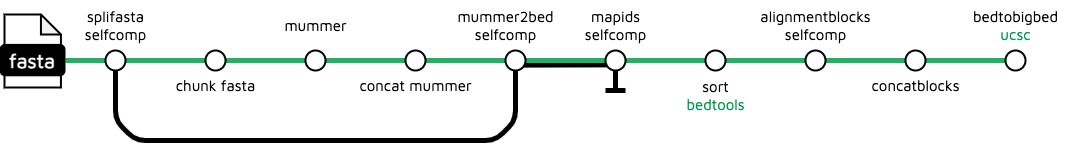
Above: docs/images/v1-1-0/treeval_1_1_0_self_comp.png in sanger-tol/treeval (draw.io), before the change. Source tidied: cells renumbered, new cells last; positions are measured from the earlier drawing's top-left corner, leaving out a move shared by most shapes. The source it was exported from:
```xml
<mxGraphModel>
  <root>
    <mxCell id="0" />
    <mxCell id="1" parent="0" />
    <mxCell id="2" style="endArrow=none;html=1;rounded=1;strokeWidth=5;exitX=0.5;exitY=1;exitDx=0;exitDy=0;labelBackgroundColor=none;" parent="1" edge="1">
      <mxGeometry relative="1" as="geometry">
        <mxPoint x="615" y="60" as="sourcePoint" />
        <mxPoint x="615" y="90" as="targetPoint" />
      </mxGeometry>
    </mxCell>
    <mxCell id="3" style="endArrow=none;html=1;rounded=1;strokeWidth=5;labelBackgroundColor=none;" parent="1" edge="1">
      <mxGeometry relative="1" as="geometry">
        <mxPoint x="625" y="90" as="sourcePoint" />
        <mxPoint x="605" y="90" as="targetPoint" />
        <Array as="points">
          <mxPoint x="615" y="90" />
        </Array>
      </mxGeometry>
    </mxCell>
    <mxCell id="4" style="endArrow=none;html=1;rounded=1;strokeWidth=5;exitX=0.083;exitY=0.733;exitDx=0;exitDy=0;exitPerimeter=0;entryX=0.933;entryY=0.717;entryDx=0;entryDy=0;entryPerimeter=0;labelBackgroundColor=none;" parent="1" edge="1" source="12" target="9">
      <mxGeometry relative="1" as="geometry" />
    </mxCell>
    <mxCell id="5" style="endArrow=none;html=1;rounded=1;strokeWidth=5;strokeColor=#24B064;entryX=0;entryY=0.5;entryDx=0;entryDy=0;labelBackgroundColor=none;" parent="1" edge="1" target="15">
      <mxGeometry relative="1" as="geometry">
        <mxPoint x="65" y="60" as="sourcePoint" />
      </mxGeometry>
    </mxCell>
    <mxCell id="6" style="ellipse;whiteSpace=wrap;html=1;rounded=1;rotation=0;strokeWidth=2;labelBackgroundColor=none;" parent="1" vertex="1">
      <mxGeometry x="105" y="50" width="20" height="20" as="geometry" />
    </mxCell>
    <mxCell id="7" style="ellipse;whiteSpace=wrap;html=1;rounded=1;rotation=0;strokeWidth=2;labelBackgroundColor=none;" parent="1" vertex="1">
      <mxGeometry x="205" y="50" width="20" height="20" as="geometry" />
    </mxCell>
    <mxCell id="8" style="ellipse;whiteSpace=wrap;html=1;rounded=1;rotation=0;strokeWidth=2;labelBackgroundColor=none;" parent="1" vertex="1">
      <mxGeometry x="305" y="50" width="20" height="20" as="geometry" />
    </mxCell>
    <mxCell id="9" style="ellipse;whiteSpace=wrap;html=1;rounded=1;rotation=0;strokeWidth=2;labelBackgroundColor=none;" parent="1" vertex="1">
      <mxGeometry x="605" y="50" width="20" height="20" as="geometry" />
    </mxCell>
    <mxCell id="10" style="ellipse;whiteSpace=wrap;html=1;rounded=1;rotation=0;strokeWidth=2;labelBackgroundColor=none;" parent="1" vertex="1">
      <mxGeometry x="705" y="50" width="20" height="20" as="geometry" />
    </mxCell>
    <mxCell id="11" style="ellipse;whiteSpace=wrap;html=1;rounded=1;rotation=0;strokeWidth=2;labelBackgroundColor=none;" parent="1" vertex="1">
      <mxGeometry x="805" y="50" width="20" height="20" as="geometry" />
    </mxCell>
    <mxCell id="12" style="ellipse;whiteSpace=wrap;html=1;rounded=1;rotation=0;strokeWidth=2;labelBackgroundColor=none;" parent="1" vertex="1">
      <mxGeometry x="505" y="50" width="20" height="20" as="geometry" />
    </mxCell>
    <mxCell id="13" style="ellipse;whiteSpace=wrap;html=1;rounded=1;rotation=0;strokeWidth=2;labelBackgroundColor=none;" parent="1" vertex="1">
      <mxGeometry x="905" y="50" width="20" height="20" as="geometry" />
    </mxCell>
    <mxCell id="14" style="ellipse;whiteSpace=wrap;html=1;rounded=1;rotation=0;strokeWidth=2;labelBackgroundColor=none;" parent="1" vertex="1">
      <mxGeometry x="405" y="50" width="20" height="20" as="geometry" />
    </mxCell>
    <mxCell id="15" style="ellipse;whiteSpace=wrap;html=1;rounded=1;rotation=0;strokeWidth=2;labelBackgroundColor=none;" parent="1" vertex="1">
      <mxGeometry x="1005" y="50" width="20" height="20" as="geometry" />
    </mxCell>
    <mxCell id="16" value="&lt;font face=&quot;Maven Pro&quot; style=&quot;font-size: 15px;&quot;&gt;splifasta&lt;br&gt;selfcomp&lt;br&gt;&lt;/font&gt;" style="text;html=1;align=center;verticalAlign=middle;strokeColor=none;fillColor=none;labelBackgroundColor=none;" parent="1" vertex="1">
      <mxGeometry x="75" width="80" height="50" as="geometry" />
    </mxCell>
    <mxCell id="17" value="&lt;font face=&quot;Maven Pro&quot; style=&quot;font-size: 15px;&quot;&gt;chunk fasta&lt;br&gt;&lt;/font&gt;" style="text;html=1;align=center;verticalAlign=middle;strokeColor=none;fillColor=none;labelBackgroundColor=none;" parent="1" vertex="1">
      <mxGeometry x="165" y="70" width="100" height="30" as="geometry" />
    </mxCell>
    <mxCell id="18" value="&lt;font face=&quot;Maven Pro&quot; style=&quot;font-size: 15px;&quot;&gt;mummer&lt;br&gt;&lt;/font&gt;" style="text;html=1;align=center;verticalAlign=middle;strokeColor=none;fillColor=none;labelBackgroundColor=none;" parent="1" vertex="1">
      <mxGeometry x="270" y="10" width="90" height="30" as="geometry" />
    </mxCell>
    <mxCell id="19" value="&lt;font face=&quot;Maven Pro&quot; style=&quot;font-size: 15px;&quot;&gt;concat mummer&lt;br&gt;&lt;/font&gt;" style="text;html=1;align=center;verticalAlign=middle;strokeColor=none;fillColor=none;labelBackgroundColor=none;" parent="1" vertex="1">
      <mxGeometry x="345" y="70" width="140" height="30" as="geometry" />
    </mxCell>
    <mxCell id="20" value="&lt;font face=&quot;Maven Pro&quot; style=&quot;font-size: 15px;&quot;&gt;mummer2bed&lt;br&gt;selfcomp&lt;br&gt;&lt;/font&gt;" style="text;html=1;align=center;verticalAlign=middle;strokeColor=none;fillColor=none;labelBackgroundColor=none;" parent="1" vertex="1">
      <mxGeometry x="445" width="120" height="50" as="geometry" />
    </mxCell>
    <mxCell id="21" value="&lt;font face=&quot;Maven Pro&quot; style=&quot;font-size: 15px;&quot;&gt;mapids&lt;br&gt;selfcomp&lt;br&gt;&lt;/font&gt;" style="text;html=1;align=center;verticalAlign=middle;strokeColor=none;fillColor=none;labelBackgroundColor=none;" parent="1" vertex="1">
      <mxGeometry x="575" width="80" height="50" as="geometry" />
    </mxCell>
    <mxCell id="22" value="&lt;font face=&quot;Maven Pro&quot; style=&quot;font-size: 15px;&quot;&gt;sort&lt;br&gt;&lt;font color=&quot;#00994d&quot;&gt;bedtools&lt;/font&gt;&lt;br&gt;&lt;/font&gt;" style="text;html=1;align=center;verticalAlign=middle;strokeColor=none;fillColor=none;labelBackgroundColor=none;" parent="1" vertex="1">
      <mxGeometry x="677" y="71" width="76" height="48" as="geometry" />
    </mxCell>
    <mxCell id="23" value="&lt;font face=&quot;Maven Pro&quot; style=&quot;font-size: 15px;&quot;&gt;alignmentblocks&lt;br&gt;selfcomp&lt;br&gt;&lt;/font&gt;" style="text;html=1;align=center;verticalAlign=middle;strokeColor=none;fillColor=none;labelBackgroundColor=none;" parent="1" vertex="1">
      <mxGeometry x="750" width="130" height="50" as="geometry" />
    </mxCell>
    <mxCell id="24" value="&lt;font face=&quot;Maven Pro&quot; style=&quot;font-size: 15px;&quot;&gt;concatblocks&lt;br&gt;&lt;/font&gt;" style="text;html=1;align=center;verticalAlign=middle;strokeColor=none;fillColor=none;labelBackgroundColor=none;" parent="1" vertex="1">
      <mxGeometry x="860" y="70" width="110" height="30" as="geometry" />
    </mxCell>
    <mxCell id="25" style="endArrow=none;html=1;rounded=1;strokeWidth=5;entryX=0.5;entryY=1;entryDx=0;entryDy=0;labelBackgroundColor=none;" parent="1" edge="1" target="6">
      <mxGeometry relative="1" as="geometry">
        <mxPoint x="415" y="140" as="sourcePoint" />
        <Array as="points">
          <mxPoint x="135" y="140" />
          <mxPoint x="115" y="120" />
        </Array>
      </mxGeometry>
    </mxCell>
    <mxCell id="26" style="endArrow=none;html=1;rounded=1;strokeWidth=5;entryX=0.5;entryY=1;entryDx=0;entryDy=0;labelBackgroundColor=none;" parent="1" edge="1" target="12">
      <mxGeometry relative="1" as="geometry">
        <mxPoint x="405" y="140" as="sourcePoint" />
        <Array as="points">
          <mxPoint x="495" y="140" />
          <mxPoint x="515" y="120" />
        </Array>
      </mxGeometry>
    </mxCell>
    <mxCell id="27" value="&lt;font face=&quot;Maven Pro&quot; style=&quot;font-size: 15px;&quot;&gt;bedtobigbed&lt;br&gt;&lt;font color=&quot;#00994d&quot;&gt;ucsc&lt;/font&gt;&lt;br&gt;&lt;/font&gt;" style="text;html=1;align=center;verticalAlign=middle;strokeColor=none;fillColor=none;labelBackgroundColor=none;" parent="1" vertex="1">
      <mxGeometry x="960" width="110" height="50" as="geometry" />
    </mxCell>
    <mxCell id="28" style="shape=note;whiteSpace=wrap;html=1;backgroundOutline=1;darkOpacity=0.05;rounded=1;size=20;strokeWidth=2;labelBackgroundColor=none;" parent="1" vertex="1">
      <mxGeometry x="4" y="14" width="56.4" height="73" as="geometry" />
    </mxCell>
    <mxCell id="29" value="&lt;font face=&quot;Maven Pro&quot; color=&quot;#ffffff&quot;&gt;&lt;b&gt;&lt;font style=&quot;font-size: 20px;&quot;&gt;fasta&lt;/font&gt;&lt;/b&gt;&lt;/font&gt;" style="rounded=1;whiteSpace=wrap;html=1;strokeWidth=2;fillColor=#000000;labelBackgroundColor=none;" parent="1" vertex="1">
      <mxGeometry y="44.4" width="64" height="30.4" as="geometry" />
    </mxCell>
  </root>
</mxGraphModel>
```
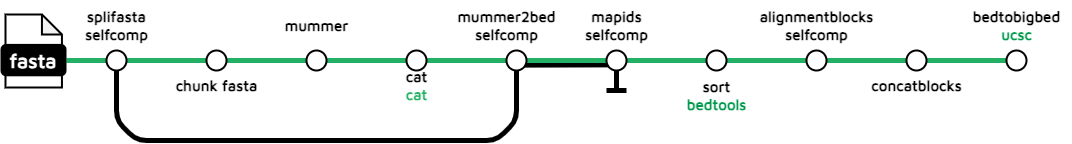
The same file after the commit.

What changed in the source:
```diff
@@ -2,13 +2,13 @@
   <root>
     <mxCell id="0" />
     <mxCell id="1" parent="0" />
-    <mxCell id="2" style="endArrow=none;html=1;rounded=1;strokeWidth=5;exitX=0.5;exitY=1;exitDx=0;exitDy=0;labelBackgroundColor=none;" parent="1" edge="1">
+    <mxCell id="2" style="endArrow=none;html=1;rounded=1;strokeWidth=5;exitX=0.5;exitY=1;exitDx=0;exitDy=0;labelBackgroundColor=none;fontStyle=1;" parent="1" edge="1">
       <mxGeometry relative="1" as="geometry">
         <mxPoint x="615" y="60" as="sourcePoint" />
         <mxPoint x="615" y="90" as="targetPoint" />
       </mxGeometry>
     </mxCell>
-    <mxCell id="3" style="endArrow=none;html=1;rounded=1;strokeWidth=5;labelBackgroundColor=none;" parent="1" edge="1">
+    <mxCell id="3" style="endArrow=none;html=1;rounded=1;strokeWidth=5;labelBackgroundColor=none;fontStyle=1;" parent="1" edge="1">
       <mxGeometry relative="1" as="geometry">
         <mxPoint x="625" y="90" as="sourcePoint" />
         <mxPoint x="605" y="90" as="targetPoint" />
@@ -17,69 +17,69 @@
         </Array>
       </mxGeometry>
     </mxCell>
-    <mxCell id="4" style="endArrow=none;html=1;rounded=1;strokeWidth=5;exitX=0.083;exitY=0.733;exitDx=0;exitDy=0;exitPerimeter=0;entryX=0.933;entryY=0.717;entryDx=0;entryDy=0;entryPerimeter=0;labelBackgroundColor=none;" parent="1" edge="1" source="12" target="9">
+    <mxCell id="4" style="endArrow=none;html=1;rounded=1;strokeWidth=5;exitX=0.083;exitY=0.733;exitDx=0;exitDy=0;exitPerimeter=0;entryX=0.933;entryY=0.717;entryDx=0;entryDy=0;entryPerimeter=0;labelBackgroundColor=none;fontStyle=1;" parent="1" edge="1" source="12" target="9">
       <mxGeometry relative="1" as="geometry" />
     </mxCell>
-    <mxCell id="5" style="endArrow=none;html=1;rounded=1;strokeWidth=5;strokeColor=#24B064;entryX=0;entryY=0.5;entryDx=0;entryDy=0;labelBackgroundColor=none;" parent="1" edge="1" target="15">
+    <mxCell id="5" style="endArrow=none;html=1;rounded=1;strokeWidth=5;strokeColor=#24B064;entryX=0;entryY=0.5;entryDx=0;entryDy=0;labelBackgroundColor=none;fontStyle=1;" parent="1" edge="1" target="15">
       <mxGeometry relative="1" as="geometry">
         <mxPoint x="65" y="60" as="sourcePoint" />
       </mxGeometry>
     </mxCell>
-    <mxCell id="6" style="ellipse;whiteSpace=wrap;html=1;rounded=1;rotation=0;strokeWidth=2;labelBackgroundColor=none;" parent="1" vertex="1">
+    <mxCell id="6" style="ellipse;whiteSpace=wrap;html=1;rounded=1;rotation=0;strokeWidth=2;labelBackgroundColor=none;fontStyle=1;" parent="1" vertex="1">
       <mxGeometry x="105" y="50" width="20" height="20" as="geometry" />
     </mxCell>
-    <mxCell id="7" style="ellipse;whiteSpace=wrap;html=1;rounded=1;rotation=0;strokeWidth=2;labelBackgroundColor=none;" parent="1" vertex="1">
+    <mxCell id="7" style="ellipse;whiteSpace=wrap;html=1;rounded=1;rotation=0;strokeWidth=2;labelBackgroundColor=none;fontStyle=1;" parent="1" vertex="1">
       <mxGeometry x="205" y="50" width="20" height="20" as="geometry" />
     </mxCell>
-    <mxCell id="8" style="ellipse;whiteSpace=wrap;html=1;rounded=1;rotation=0;strokeWidth=2;labelBackgroundColor=none;" parent="1" vertex="1">
+    <mxCell id="8" style="ellipse;whiteSpace=wrap;html=1;rounded=1;rotation=0;strokeWidth=2;labelBackgroundColor=none;fontStyle=1;" parent="1" vertex="1">
       <mxGeometry x="305" y="50" width="20" height="20" as="geometry" />
     </mxCell>
-    <mxCell id="9" style="ellipse;whiteSpace=wrap;html=1;rounded=1;rotation=0;strokeWidth=2;labelBackgroundColor=none;" parent="1" vertex="1">
+    <mxCell id="9" style="ellipse;whiteSpace=wrap;html=1;rounded=1;rotation=0;strokeWidth=2;labelBackgroundColor=none;fontStyle=1;" parent="1" vertex="1">
       <mxGeometry x="605" y="50" width="20" height="20" as="geometry" />
     </mxCell>
-    <mxCell id="10" style="ellipse;whiteSpace=wrap;html=1;rounded=1;rotation=0;strokeWidth=2;labelBackgroundColor=none;" parent="1" vertex="1">
+    <mxCell id="10" style="ellipse;whiteSpace=wrap;html=1;rounded=1;rotation=0;strokeWidth=2;labelBackgroundColor=none;fontStyle=1;" parent="1" vertex="1">
       <mxGeometry x="705" y="50" width="20" height="20" as="geometry" />
     </mxCell>
-    <mxCell id="11" style="ellipse;whiteSpace=wrap;html=1;rounded=1;rotation=0;strokeWidth=2;labelBackgroundColor=none;" parent="1" vertex="1">
+    <mxCell id="11" style="ellipse;whiteSpace=wrap;html=1;rounded=1;rotation=0;strokeWidth=2;labelBackgroundColor=none;fontStyle=1;" parent="1" vertex="1">
       <mxGeometry x="805" y="50" width="20" height="20" as="geometry" />
     </mxCell>
-    <mxCell id="12" style="ellipse;whiteSpace=wrap;html=1;rounded=1;rotation=0;strokeWidth=2;labelBackgroundColor=none;" parent="1" vertex="1">
+    <mxCell id="12" style="ellipse;whiteSpace=wrap;html=1;rounded=1;rotation=0;strokeWidth=2;labelBackgroundColor=none;fontStyle=1;" parent="1" vertex="1">
       <mxGeometry x="505" y="50" width="20" height="20" as="geometry" />
     </mxCell>
-    <mxCell id="13" style="ellipse;whiteSpace=wrap;html=1;rounded=1;rotation=0;strokeWidth=2;labelBackgroundColor=none;" parent="1" vertex="1">
+    <mxCell id="13" style="ellipse;whiteSpace=wrap;html=1;rounded=1;rotation=0;strokeWidth=2;labelBackgroundColor=none;fontStyle=1;" parent="1" vertex="1">
       <mxGeometry x="905" y="50" width="20" height="20" as="geometry" />
     </mxCell>
-    <mxCell id="14" style="ellipse;whiteSpace=wrap;html=1;rounded=1;rotation=0;strokeWidth=2;labelBackgroundColor=none;" parent="1" vertex="1">
+    <mxCell id="14" style="ellipse;whiteSpace=wrap;html=1;rounded=1;rotation=0;strokeWidth=2;labelBackgroundColor=none;fontStyle=1;" parent="1" vertex="1">
       <mxGeometry x="405" y="50" width="20" height="20" as="geometry" />
     </mxCell>
-    <mxCell id="15" style="ellipse;whiteSpace=wrap;html=1;rounded=1;rotation=0;strokeWidth=2;labelBackgroundColor=none;" parent="1" vertex="1">
+    <mxCell id="15" style="ellipse;whiteSpace=wrap;html=1;rounded=1;rotation=0;strokeWidth=2;labelBackgroundColor=none;fontStyle=1;" parent="1" vertex="1">
       <mxGeometry x="1005" y="50" width="20" height="20" as="geometry" />
     </mxCell>
-    <mxCell id="16" value="&lt;font face=&quot;Maven Pro&quot; style=&quot;font-size: 15px;&quot;&gt;splifasta&lt;br&gt;selfcomp&lt;br&gt;&lt;/font&gt;" style="text;html=1;align=center;verticalAlign=middle;strokeColor=none;fillColor=none;labelBackgroundColor=none;" parent="1" vertex="1">
+    <mxCell id="16" value="&lt;font style=&quot;font-size: 15px;&quot; face=&quot;Maven Pro&quot;&gt;splifasta&lt;br&gt;selfcomp&lt;br&gt;&lt;/font&gt;" style="text;html=1;align=center;verticalAlign=middle;strokeColor=none;fillColor=none;labelBackgroundColor=none;fontStyle=1;" parent="1" vertex="1">
       <mxGeometry x="75" width="80" height="50" as="geometry" />
     </mxCell>
-    <mxCell id="17" value="&lt;font face=&quot;Maven Pro&quot; style=&quot;font-size: 15px;&quot;&gt;chunk fasta&lt;br&gt;&lt;/font&gt;" style="text;html=1;align=center;verticalAlign=middle;strokeColor=none;fillColor=none;labelBackgroundColor=none;" parent="1" vertex="1">
+    <mxCell id="17" value="&lt;font style=&quot;font-size: 15px;&quot; face=&quot;Maven Pro&quot;&gt;chunk fasta&lt;br&gt;&lt;/font&gt;" style="text;html=1;align=center;verticalAlign=middle;strokeColor=none;fillColor=none;labelBackgroundColor=none;fontStyle=1;" parent="1" vertex="1">
       <mxGeometry x="165" y="70" width="100" height="30" as="geometry" />
     </mxCell>
-    <mxCell id="18" value="&lt;font face=&quot;Maven Pro&quot; style=&quot;font-size: 15px;&quot;&gt;mummer&lt;br&gt;&lt;/font&gt;" style="text;html=1;align=center;verticalAlign=middle;strokeColor=none;fillColor=none;labelBackgroundColor=none;" parent="1" vertex="1">
+    <mxCell id="18" value="&lt;font style=&quot;font-size: 15px;&quot; face=&quot;Maven Pro&quot;&gt;mummer&lt;br&gt;&lt;/font&gt;" style="text;html=1;align=center;verticalAlign=middle;strokeColor=none;fillColor=none;labelBackgroundColor=none;fontStyle=1;" parent="1" vertex="1">
       <mxGeometry x="270" y="10" width="90" height="30" as="geometry" />
     </mxCell>
-    <mxCell id="19" value="&lt;font face=&quot;Maven Pro&quot; style=&quot;font-size: 15px;&quot;&gt;concat mummer&lt;br&gt;&lt;/font&gt;" style="text;html=1;align=center;verticalAlign=middle;strokeColor=none;fillColor=none;labelBackgroundColor=none;" parent="1" vertex="1">
-      <mxGeometry x="345" y="70" width="140" height="30" as="geometry" />
+    <mxCell id="19" value="&lt;font style=&quot;font-size: 15px;&quot; face=&quot;Maven Pro&quot;&gt;cat&lt;br&gt;&lt;/font&gt;&lt;div&gt;&lt;font style=&quot;font-size: 15px;&quot; face=&quot;Maven Pro&quot; color=&quot;#25b064&quot;&gt;cat&lt;/font&gt;&lt;/div&gt;" style="text;html=1;align=center;verticalAlign=middle;strokeColor=none;fillColor=none;labelBackgroundColor=none;fontStyle=1;" parent="1" vertex="1">
+      <mxGeometry x="395" y="60" width="40" height="50" as="geometry" />
     </mxCell>
-    <mxCell id="20" value="&lt;font face=&quot;Maven Pro&quot; style=&quot;font-size: 15px;&quot;&gt;mummer2bed&lt;br&gt;selfcomp&lt;br&gt;&lt;/font&gt;" style="text;html=1;align=center;verticalAlign=middle;strokeColor=none;fillColor=none;labelBackgroundColor=none;" parent="1" vertex="1">
+    <mxCell id="20" value="&lt;font style=&quot;font-size: 15px;&quot; face=&quot;Maven Pro&quot;&gt;mummer2bed&lt;br&gt;selfcomp&lt;br&gt;&lt;/font&gt;" style="text;html=1;align=center;verticalAlign=middle;strokeColor=none;fillColor=none;labelBackgroundColor=none;fontStyle=1;" parent="1" vertex="1">
       <mxGeometry x="445" width="120" height="50" as="geometry" />
     </mxCell>
-    <mxCell id="21" value="&lt;font face=&quot;Maven Pro&quot; style=&quot;font-size: 15px;&quot;&gt;mapids&lt;br&gt;selfcomp&lt;br&gt;&lt;/font&gt;" style="text;html=1;align=center;verticalAlign=middle;strokeColor=none;fillColor=none;labelBackgroundColor=none;" parent="1" vertex="1">
+    <mxCell id="21" value="&lt;font style=&quot;font-size: 15px;&quot; face=&quot;Maven Pro&quot;&gt;mapids&lt;br&gt;selfcomp&lt;br&gt;&lt;/font&gt;" style="text;html=1;align=center;verticalAlign=middle;strokeColor=none;fillColor=none;labelBackgroundColor=none;fontStyle=1;" parent="1" vertex="1">
       <mxGeometry x="575" width="80" height="50" as="geometry" />
     </mxCell>
-    <mxCell id="22" value="&lt;font face=&quot;Maven Pro&quot; style=&quot;font-size: 15px;&quot;&gt;sort&lt;br&gt;&lt;font color=&quot;#00994d&quot;&gt;bedtools&lt;/font&gt;&lt;br&gt;&lt;/font&gt;" style="text;html=1;align=center;verticalAlign=middle;strokeColor=none;fillColor=none;labelBackgroundColor=none;" parent="1" vertex="1">
-      <mxGeometry x="677" y="71" width="76" height="48" as="geometry" />
+    <mxCell id="22" value="&lt;font style=&quot;font-size: 15px;&quot; face=&quot;Maven Pro&quot;&gt;sort&lt;br&gt;&lt;font color=&quot;#00994d&quot;&gt;bedtools&lt;/font&gt;&lt;br&gt;&lt;/font&gt;" style="text;html=1;align=center;verticalAlign=middle;strokeColor=none;fillColor=none;labelBackgroundColor=none;fontStyle=1;" parent="1" vertex="1">
+      <mxGeometry x="675" y="70" width="80" height="50" as="geometry" />
     </mxCell>
-    <mxCell id="23" value="&lt;font face=&quot;Maven Pro&quot; style=&quot;font-size: 15px;&quot;&gt;alignmentblocks&lt;br&gt;selfcomp&lt;br&gt;&lt;/font&gt;" style="text;html=1;align=center;verticalAlign=middle;strokeColor=none;fillColor=none;labelBackgroundColor=none;" parent="1" vertex="1">
+    <mxCell id="23" value="&lt;font style=&quot;font-size: 15px;&quot; face=&quot;Maven Pro&quot;&gt;alignmentblocks&lt;br&gt;selfcomp&lt;br&gt;&lt;/font&gt;" style="text;html=1;align=center;verticalAlign=middle;strokeColor=none;fillColor=none;labelBackgroundColor=none;fontStyle=1;" parent="1" vertex="1">
       <mxGeometry x="750" width="130" height="50" as="geometry" />
     </mxCell>
-    <mxCell id="24" value="&lt;font face=&quot;Maven Pro&quot; style=&quot;font-size: 15px;&quot;&gt;concatblocks&lt;br&gt;&lt;/font&gt;" style="text;html=1;align=center;verticalAlign=middle;strokeColor=none;fillColor=none;labelBackgroundColor=none;" parent="1" vertex="1">
+    <mxCell id="24" value="&lt;font style=&quot;font-size: 15px;&quot; face=&quot;Maven Pro&quot;&gt;concatblocks&lt;br&gt;&lt;/font&gt;" style="text;html=1;align=center;verticalAlign=middle;strokeColor=none;fillColor=none;labelBackgroundColor=none;fontStyle=1;" parent="1" vertex="1">
       <mxGeometry x="860" y="70" width="110" height="30" as="geometry" />
     </mxCell>
     <mxCell id="25" style="endArrow=none;html=1;rounded=1;strokeWidth=5;entryX=0.5;entryY=1;entryDx=0;entryDy=0;labelBackgroundColor=none;" parent="1" edge="1" target="6">
@@ -100,13 +100,13 @@
         </Array>
       </mxGeometry>
     </mxCell>
-    <mxCell id="27" value="&lt;font face=&quot;Maven Pro&quot; style=&quot;font-size: 15px;&quot;&gt;bedtobigbed&lt;br&gt;&lt;font color=&quot;#00994d&quot;&gt;ucsc&lt;/font&gt;&lt;br&gt;&lt;/font&gt;" style="text;html=1;align=center;verticalAlign=middle;strokeColor=none;fillColor=none;labelBackgroundColor=none;" parent="1" vertex="1">
+    <mxCell id="27" value="&lt;font style=&quot;font-size: 15px;&quot; face=&quot;Maven Pro&quot;&gt;bedtobigbed&lt;br&gt;&lt;font color=&quot;#00994d&quot;&gt;ucsc&lt;/font&gt;&lt;br&gt;&lt;/font&gt;" style="text;html=1;align=center;verticalAlign=middle;strokeColor=none;fillColor=none;labelBackgroundColor=none;fontStyle=1;" parent="1" vertex="1">
       <mxGeometry x="960" width="110" height="50" as="geometry" />
     </mxCell>
-    <mxCell id="28" style="shape=note;whiteSpace=wrap;html=1;backgroundOutline=1;darkOpacity=0.05;rounded=1;size=20;strokeWidth=2;labelBackgroundColor=none;" parent="1" vertex="1">
+    <mxCell id="28" style="shape=note;whiteSpace=wrap;html=1;backgroundOutline=1;darkOpacity=0.05;rounded=1;size=20;strokeWidth=2;labelBackgroundColor=none;fontStyle=1;" parent="1" vertex="1">
       <mxGeometry x="4" y="14" width="56.4" height="73" as="geometry" />
     </mxCell>
-    <mxCell id="29" value="&lt;font face=&quot;Maven Pro&quot; color=&quot;#ffffff&quot;&gt;&lt;b&gt;&lt;font style=&quot;font-size: 20px;&quot;&gt;fasta&lt;/font&gt;&lt;/b&gt;&lt;/font&gt;" style="rounded=1;whiteSpace=wrap;html=1;strokeWidth=2;fillColor=#000000;labelBackgroundColor=none;" parent="1" vertex="1">
+    <mxCell id="29" value="&lt;font color=&quot;#ffffff&quot; face=&quot;Maven Pro&quot;&gt;&lt;span&gt;&lt;font style=&quot;font-size: 20px;&quot;&gt;fasta&lt;/font&gt;&lt;/span&gt;&lt;/font&gt;" style="rounded=1;whiteSpace=wrap;html=1;strokeWidth=2;fillColor=#000000;labelBackgroundColor=none;fontStyle=1;" parent="1" vertex="1">
       <mxGeometry y="44.4" width="64" height="30.4" as="geometry" />
     </mxCell>
   </root>
```
